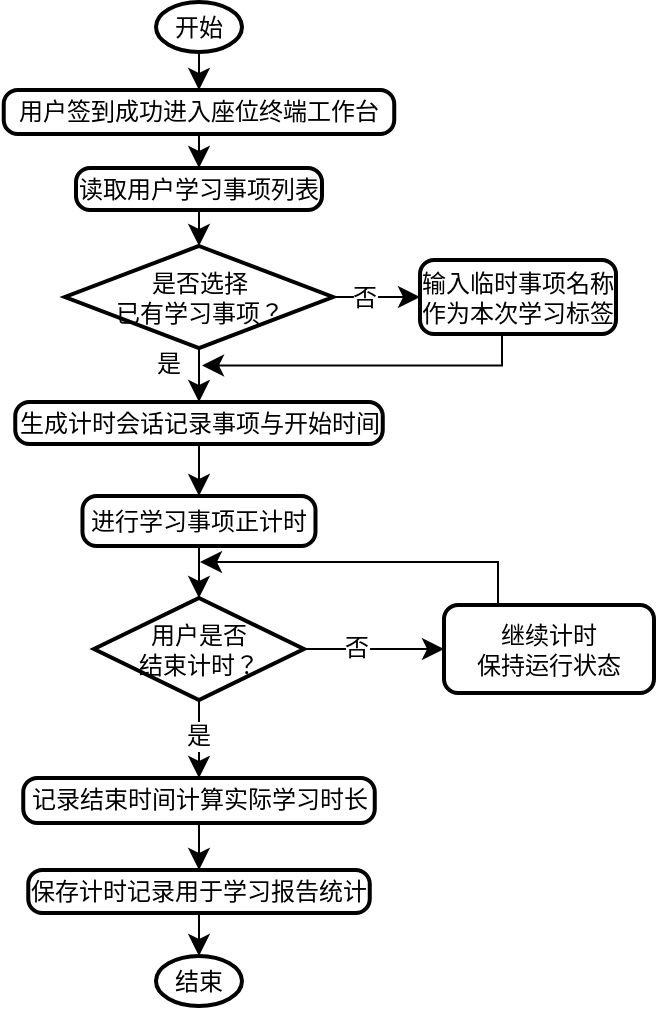
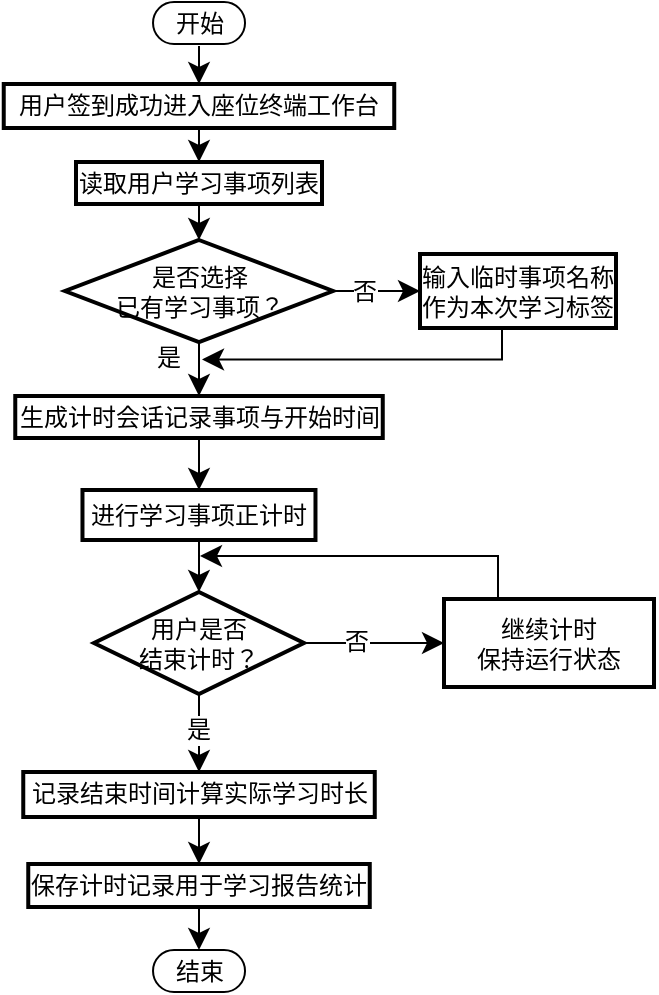
<mxfile host="app.diagrams.net">
  <diagram name="Page-1" id="TSh7HnBfg4CGFzlkoZo8">
-     <mxGraphModel dx="864" dy="1065" grid="0" gridSize="10" guides="1" tooltips="1" connect="1" arrows="1" fold="1" page="0" pageScale="1" pageWidth="827" pageHeight="1169" math="0" shadow="0">
+     <mxGraphModel dx="821" dy="980" grid="0" gridSize="10" guides="1" tooltips="1" connect="1" arrows="1" fold="1" page="0" pageScale="1" pageWidth="827" pageHeight="1169" math="0" shadow="0">
      <root>
        <mxCell id="0" />
        <mxCell id="1" parent="0" />
-         <mxCell id="jiVbfukgElMcBdu9zCTB-33" edge="1" parent="1" source="jiVbfukgElMcBdu9zCTB-2" style="edgeStyle=none;curved=1;rounded=0;orthogonalLoop=1;jettySize=auto;html=1;exitX=0.5;exitY=1;exitDx=0;exitDy=0;exitPerimeter=0;entryX=0.5;entryY=0;entryDx=0;entryDy=0;fontSize=12;startSize=8;endSize=8;" target="jiVbfukgElMcBdu9zCTB-4">
-           <mxGeometry relative="1" as="geometry" />
-         </mxCell>
-         <mxCell id="jiVbfukgElMcBdu9zCTB-2" parent="1" style="strokeWidth=2;html=1;shape=mxgraph.flowchart.start_1;whiteSpace=wrap;" value="开始" vertex="1">
-           <mxGeometry height="25" width="43" x="303" y="-23" as="geometry" />
+         <mxCell id="jiVbfukgElMcBdu9zCTB-33" edge="1" parent="1" style="edgeStyle=none;curved=1;rounded=0;orthogonalLoop=1;jettySize=auto;html=1;exitX=0.5;exitY=1;exitDx=0;exitDy=0;exitPerimeter=0;entryX=0.5;entryY=0;entryDx=0;entryDy=0;fontSize=12;startSize=8;endSize=8;" target="jiVbfukgElMcBdu9zCTB-4">
+           <mxGeometry relative="1" as="geometry">
+             <mxPoint x="324.5" y="2" as="sourcePoint" />
+           </mxGeometry>
        </mxCell>
        <mxCell id="jiVbfukgElMcBdu9zCTB-3" edge="1" parent="1" source="jiVbfukgElMcBdu9zCTB-4" style="edgeStyle=none;curved=1;rounded=0;orthogonalLoop=1;jettySize=auto;html=1;fontSize=12;startSize=8;endSize=8;" target="jiVbfukgElMcBdu9zCTB-5">
          <mxGeometry relative="1" as="geometry" />
        </mxCell>
-         <mxCell id="jiVbfukgElMcBdu9zCTB-4" parent="1" style="rounded=1;whiteSpace=wrap;html=1;absoluteArcSize=1;arcSize=14;strokeWidth=2;" value="用户签到成功&lt;span style=&quot;background-color: transparent; color: light-dark(rgb(0, 0, 0), rgb(255, 255, 255));&quot;&gt;进入座位终端工作台&lt;/span&gt;" vertex="1">
+         <mxCell id="jiVbfukgElMcBdu9zCTB-4" parent="1" style="rounded=1;whiteSpace=wrap;html=1;absoluteArcSize=1;arcSize=0;strokeWidth=2;" value="用户签到成功&lt;span style=&quot;background-color: transparent; color: light-dark(rgb(0, 0, 0), rgb(255, 255, 255));&quot;&gt;进入座位终端工作台&lt;/span&gt;" vertex="1">
          <mxGeometry height="22" width="195.25" x="226.87" y="21" as="geometry" />
        </mxCell>
-         <mxCell id="jiVbfukgElMcBdu9zCTB-5" parent="1" style="rounded=1;whiteSpace=wrap;html=1;absoluteArcSize=1;arcSize=14;strokeWidth=2;" value="读取用户学习事项列表" vertex="1">
+         <mxCell id="jiVbfukgElMcBdu9zCTB-5" parent="1" style="rounded=1;whiteSpace=wrap;html=1;absoluteArcSize=1;arcSize=0;strokeWidth=2;" value="读取用户学习事项列表" vertex="1">
          <mxGeometry height="21" width="123" x="263" y="60" as="geometry" />
        </mxCell>
        <mxCell id="jiVbfukgElMcBdu9zCTB-6" edge="1" parent="1" style="edgeStyle=orthogonalEdgeStyle;rounded=0;orthogonalLoop=1;jettySize=auto;html=1;fontSize=12;startSize=8;endSize=8;">
          <mxGeometry relative="1" as="geometry">
            <Array as="points">
              <mxPoint x="474" y="143.03000000000003" />
              <mxPoint x="476" y="143.03000000000003" />
              <mxPoint x="476" y="159.03000000000003" />
            </Array>
            <mxPoint x="476" y="143.05" as="sourcePoint" />
            <mxPoint x="326" y="158.75" as="targetPoint" />
          </mxGeometry>
        </mxCell>
-         <mxCell id="jiVbfukgElMcBdu9zCTB-7" parent="1" style="rounded=1;whiteSpace=wrap;html=1;absoluteArcSize=1;arcSize=14;strokeWidth=2;" value="输入临时事项名称&lt;div&gt;作为本次学习标签&lt;/div&gt;" vertex="1">
+         <mxCell id="jiVbfukgElMcBdu9zCTB-7" parent="1" style="rounded=1;whiteSpace=wrap;html=1;absoluteArcSize=1;arcSize=0;strokeWidth=2;" value="输入临时事项名称&lt;div&gt;作为本次学习标签&lt;/div&gt;" vertex="1">
          <mxGeometry height="37" width="98" x="435" y="106" as="geometry" />
        </mxCell>
        <mxCell id="jiVbfukgElMcBdu9zCTB-8" edge="1" parent="1" source="jiVbfukgElMcBdu9zCTB-12" style="edgeStyle=none;curved=1;rounded=0;orthogonalLoop=1;jettySize=auto;html=1;entryX=0;entryY=0.5;entryDx=0;entryDy=0;fontSize=12;startSize=8;endSize=8;" target="jiVbfukgElMcBdu9zCTB-7">
          <mxGeometry relative="1" as="geometry" />
        </mxCell>
        <mxCell id="jiVbfukgElMcBdu9zCTB-9" connectable="0" parent="jiVbfukgElMcBdu9zCTB-8" style="edgeLabel;html=1;align=center;verticalAlign=middle;resizable=0;points=[];fontSize=12;" value="否" vertex="1">
          <mxGeometry relative="1" x="-0.2933" y="1" as="geometry">
            <mxPoint y="1" as="offset" />
          </mxGeometry>
        </mxCell>
        <mxCell id="jiVbfukgElMcBdu9zCTB-10" edge="1" parent="1" source="jiVbfukgElMcBdu9zCTB-12" style="edgeStyle=none;curved=1;rounded=0;orthogonalLoop=1;jettySize=auto;html=1;fontSize=12;startSize=8;endSize=8;entryX=0.5;entryY=0;entryDx=0;entryDy=0;" target="jiVbfukgElMcBdu9zCTB-16">
          <mxGeometry relative="1" as="geometry">
            <mxPoint x="325" y="236" as="targetPoint" />
          </mxGeometry>
        </mxCell>
        <mxCell id="jiVbfukgElMcBdu9zCTB-11" connectable="0" parent="jiVbfukgElMcBdu9zCTB-10" style="edgeLabel;html=1;align=center;verticalAlign=middle;resizable=0;points=[];fontSize=12;" value="是" vertex="1">
          <mxGeometry relative="1" x="-0.1525" y="2" as="geometry">
            <mxPoint x="-18" y="-4" as="offset" />
          </mxGeometry>
        </mxCell>
        <mxCell id="jiVbfukgElMcBdu9zCTB-12" parent="1" style="strokeWidth=2;html=1;shape=mxgraph.flowchart.decision;whiteSpace=wrap;" value="是否选择&lt;div&gt;已有学习事项？&lt;/div&gt;" vertex="1">
          <mxGeometry height="51" width="134" x="257.5" y="99" as="geometry" />
        </mxCell>
        <mxCell id="jiVbfukgElMcBdu9zCTB-15" edge="1" parent="1" source="jiVbfukgElMcBdu9zCTB-16" style="edgeStyle=none;curved=1;rounded=0;orthogonalLoop=1;jettySize=auto;html=1;fontSize=12;startSize=8;endSize=8;" target="jiVbfukgElMcBdu9zCTB-18">
          <mxGeometry relative="1" as="geometry" />
        </mxCell>
-         <mxCell id="jiVbfukgElMcBdu9zCTB-16" parent="1" style="rounded=1;whiteSpace=wrap;html=1;absoluteArcSize=1;arcSize=14;strokeWidth=2;" value="生成计时会话&lt;span style=&quot;background-color: transparent; color: light-dark(rgb(0, 0, 0), rgb(255, 255, 255));&quot;&gt;记录事项与开始时间&lt;/span&gt;" vertex="1">
+         <mxCell id="jiVbfukgElMcBdu9zCTB-16" parent="1" style="rounded=1;whiteSpace=wrap;html=1;absoluteArcSize=1;arcSize=0;strokeWidth=2;" value="生成计时会话&lt;span style=&quot;background-color: transparent; color: light-dark(rgb(0, 0, 0), rgb(255, 255, 255));&quot;&gt;记录事项与开始时间&lt;/span&gt;" vertex="1">
          <mxGeometry height="21" width="183.75" x="232.63" y="177" as="geometry" />
        </mxCell>
-         <mxCell id="jiVbfukgElMcBdu9zCTB-18" parent="1" style="rounded=1;whiteSpace=wrap;html=1;absoluteArcSize=1;arcSize=14;strokeWidth=2;" value="进行学习事项正计时" vertex="1">
+         <mxCell id="jiVbfukgElMcBdu9zCTB-18" parent="1" style="rounded=1;whiteSpace=wrap;html=1;absoluteArcSize=1;arcSize=0;strokeWidth=2;" value="进行学习事项正计时" vertex="1">
          <mxGeometry height="25" width="116.5" x="266.24" y="224" as="geometry" />
        </mxCell>
        <mxCell id="jiVbfukgElMcBdu9zCTB-19" edge="1" parent="1" source="jiVbfukgElMcBdu9zCTB-18" style="edgeStyle=none;curved=1;rounded=0;orthogonalLoop=1;jettySize=auto;html=1;fontSize=12;startSize=8;endSize=8;" target="jiVbfukgElMcBdu9zCTB-25">
          <mxGeometry relative="1" as="geometry">
            <mxPoint x="324.5" y="457" as="sourcePoint" />
          </mxGeometry>
        </mxCell>
        <mxCell id="jiVbfukgElMcBdu9zCTB-21" edge="1" parent="1" source="jiVbfukgElMcBdu9zCTB-25" style="edgeStyle=none;curved=1;rounded=0;orthogonalLoop=1;jettySize=auto;html=1;entryX=0;entryY=0.5;entryDx=0;entryDy=0;fontSize=12;startSize=8;endSize=8;" target="jiVbfukgElMcBdu9zCTB-28">
          <mxGeometry relative="1" as="geometry" />
        </mxCell>
        <mxCell id="jiVbfukgElMcBdu9zCTB-22" connectable="0" parent="jiVbfukgElMcBdu9zCTB-21" style="edgeLabel;html=1;align=center;verticalAlign=middle;resizable=0;points=[];fontSize=12;" value="否" vertex="1">
          <mxGeometry relative="1" x="-0.2616" y="1" as="geometry">
            <mxPoint as="offset" />
          </mxGeometry>
        </mxCell>
        <mxCell id="jiVbfukgElMcBdu9zCTB-23" edge="1" parent="1" source="jiVbfukgElMcBdu9zCTB-25" style="edgeStyle=none;curved=1;rounded=0;orthogonalLoop=1;jettySize=auto;html=1;entryX=0.5;entryY=0;entryDx=0;entryDy=0;fontSize=12;startSize=8;endSize=8;" target="jiVbfukgElMcBdu9zCTB-29">
          <mxGeometry relative="1" as="geometry" />
        </mxCell>
        <mxCell id="jiVbfukgElMcBdu9zCTB-24" connectable="0" parent="jiVbfukgElMcBdu9zCTB-23" style="edgeLabel;html=1;align=center;verticalAlign=middle;resizable=0;points=[];fontSize=12;" value="是" vertex="1">
          <mxGeometry relative="1" x="-0.0833" y="-1" as="geometry">
            <mxPoint as="offset" />
          </mxGeometry>
        </mxCell>
        <mxCell id="jiVbfukgElMcBdu9zCTB-25" parent="1" style="strokeWidth=2;html=1;shape=mxgraph.flowchart.decision;whiteSpace=wrap;" value="用户是否&lt;div&gt;结束计时？&lt;/div&gt;" vertex="1">
          <mxGeometry height="51" width="105" x="271.99" y="275" as="geometry" />
        </mxCell>
-         <mxCell id="jiVbfukgElMcBdu9zCTB-26" parent="1" style="strokeWidth=2;html=1;shape=mxgraph.flowchart.start_1;whiteSpace=wrap;" value="结束" vertex="1">
-           <mxGeometry height="25" width="43" x="302.99" y="454" as="geometry" />
-         </mxCell>
        <mxCell id="jiVbfukgElMcBdu9zCTB-35" edge="1" parent="1" source="jiVbfukgElMcBdu9zCTB-28" style="edgeStyle=orthogonalEdgeStyle;rounded=0;orthogonalLoop=1;jettySize=auto;html=1;fontSize=12;startSize=8;endSize=8;">
          <mxGeometry relative="1" as="geometry">
            <Array as="points">
              <mxPoint x="474" y="257" />
            </Array>
            <mxPoint x="474" y="326" as="sourcePoint" />
            <mxPoint x="325" y="257" as="targetPoint" />
          </mxGeometry>
        </mxCell>
-         <mxCell id="jiVbfukgElMcBdu9zCTB-28" parent="1" style="rounded=1;whiteSpace=wrap;html=1;absoluteArcSize=1;arcSize=14;strokeWidth=2;" value="继续计时&lt;div&gt;保持运行状态&lt;/div&gt;" vertex="1">
+         <mxCell id="jiVbfukgElMcBdu9zCTB-28" parent="1" style="rounded=1;whiteSpace=wrap;html=1;absoluteArcSize=1;arcSize=0;strokeWidth=2;" value="继续计时&lt;div&gt;保持运行状态&lt;/div&gt;" vertex="1">
          <mxGeometry height="44" width="105" x="447" y="278.5" as="geometry" />
        </mxCell>
        <mxCell id="jiVbfukgElMcBdu9zCTB-38" edge="1" parent="1" source="jiVbfukgElMcBdu9zCTB-29" style="edgeStyle=none;curved=1;rounded=0;orthogonalLoop=1;jettySize=auto;html=1;fontSize=12;startSize=8;endSize=8;" target="jiVbfukgElMcBdu9zCTB-37">
          <mxGeometry relative="1" as="geometry" />
        </mxCell>
-         <mxCell id="jiVbfukgElMcBdu9zCTB-29" parent="1" style="rounded=1;whiteSpace=wrap;html=1;absoluteArcSize=1;arcSize=14;strokeWidth=2;" value="记录结束时间&lt;span style=&quot;background-color: transparent; color: light-dark(rgb(0, 0, 0), rgb(255, 255, 255));&quot;&gt;计算实际学习时长&lt;/span&gt;" vertex="1">
+         <mxCell id="jiVbfukgElMcBdu9zCTB-29" parent="1" style="rounded=1;whiteSpace=wrap;html=1;absoluteArcSize=1;arcSize=0;strokeWidth=2;" value="记录结束时间&lt;span style=&quot;background-color: transparent; color: light-dark(rgb(0, 0, 0), rgb(255, 255, 255));&quot;&gt;计算实际学习时长&lt;/span&gt;" vertex="1">
          <mxGeometry height="22.5" width="175.75" x="236.63" y="365" as="geometry" />
        </mxCell>
        <mxCell id="jiVbfukgElMcBdu9zCTB-30" edge="1" parent="1" source="jiVbfukgElMcBdu9zCTB-5" style="edgeStyle=none;curved=1;rounded=0;orthogonalLoop=1;jettySize=auto;html=1;entryX=0.5;entryY=0;entryDx=0;entryDy=0;entryPerimeter=0;fontSize=12;startSize=8;endSize=8;" target="jiVbfukgElMcBdu9zCTB-12">
          <mxGeometry relative="1" as="geometry" />
        </mxCell>
-         <mxCell id="jiVbfukgElMcBdu9zCTB-37" parent="1" style="rounded=1;whiteSpace=wrap;html=1;absoluteArcSize=1;arcSize=14;strokeWidth=2;" value="保存计时记录&lt;span style=&quot;background-color: transparent; color: light-dark(rgb(0, 0, 0), rgb(255, 255, 255));&quot;&gt;用于学习报告统计&lt;/span&gt;" vertex="1">
+         <mxCell id="jiVbfukgElMcBdu9zCTB-37" parent="1" style="rounded=1;whiteSpace=wrap;html=1;absoluteArcSize=1;arcSize=0;strokeWidth=2;" value="保存计时记录&lt;span style=&quot;background-color: transparent; color: light-dark(rgb(0, 0, 0), rgb(255, 255, 255));&quot;&gt;用于学习报告统计&lt;/span&gt;" vertex="1">
          <mxGeometry height="21.5" width="170.75" x="239.13" y="411" as="geometry" />
        </mxCell>
-         <mxCell id="jiVbfukgElMcBdu9zCTB-39" edge="1" parent="1" source="jiVbfukgElMcBdu9zCTB-37" style="edgeStyle=none;curved=1;rounded=0;orthogonalLoop=1;jettySize=auto;html=1;entryX=0.5;entryY=0;entryDx=0;entryDy=0;entryPerimeter=0;fontSize=12;startSize=8;endSize=8;" target="jiVbfukgElMcBdu9zCTB-26">
-           <mxGeometry relative="1" as="geometry" />
+         <mxCell id="jiVbfukgElMcBdu9zCTB-39" edge="1" parent="1" source="jiVbfukgElMcBdu9zCTB-37" style="edgeStyle=none;curved=1;rounded=0;orthogonalLoop=1;jettySize=auto;html=1;entryX=0.5;entryY=0;entryDx=0;entryDy=0;entryPerimeter=0;fontSize=12;startSize=8;endSize=8;">
+           <mxGeometry relative="1" as="geometry">
+             <mxPoint x="324.49" y="454" as="targetPoint" />
+           </mxGeometry>
+         </mxCell>
+         <mxCell id="dVxT0MNMCYh6cWH2AlQW-1" parent="1" style="rounded=1;whiteSpace=wrap;html=1;arcSize=50;" value="开始" vertex="1">
+           <mxGeometry height="21" width="46" x="301.51" y="-20" as="geometry" />
+         </mxCell>
+         <mxCell id="dVxT0MNMCYh6cWH2AlQW-2" parent="1" style="rounded=1;whiteSpace=wrap;html=1;arcSize=50;" value="结束" vertex="1">
+           <mxGeometry height="21" width="46" x="301.51" y="454" as="geometry" />
        </mxCell>
      </root>
    </mxGraphModel>
  </diagram>
</mxfile>
